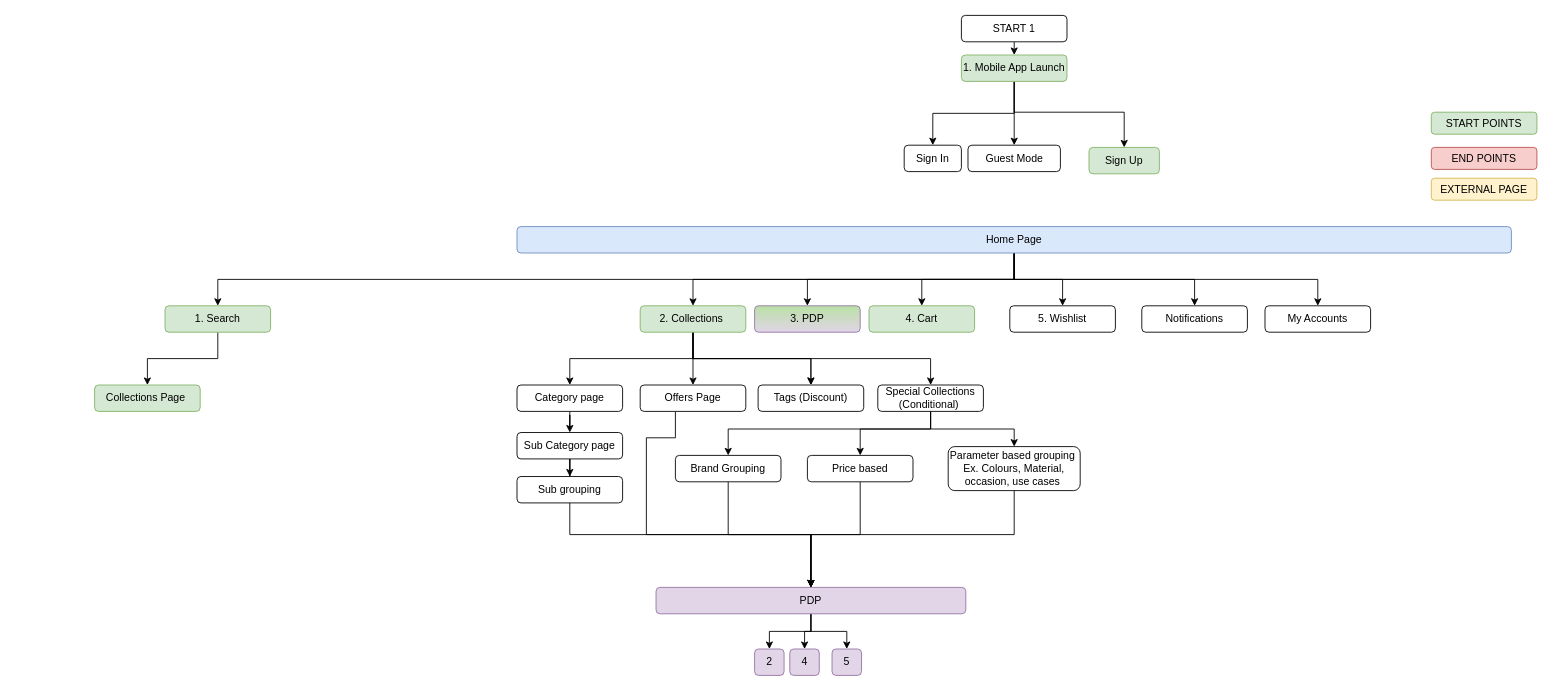
Before: page "Sitemap" (2 of 2) of Annachy Flow.drawio in keerthy911/Process, a draw.io diagram. Source tidied: cells renumbered, new cells numbered last; positions are measured from the earlier drawing's top-left corner, leaving out a move shared by most shapes. Both pictures are drawn from the tidied source at 88%, with x=0, y=0 at pixel (94, 15).
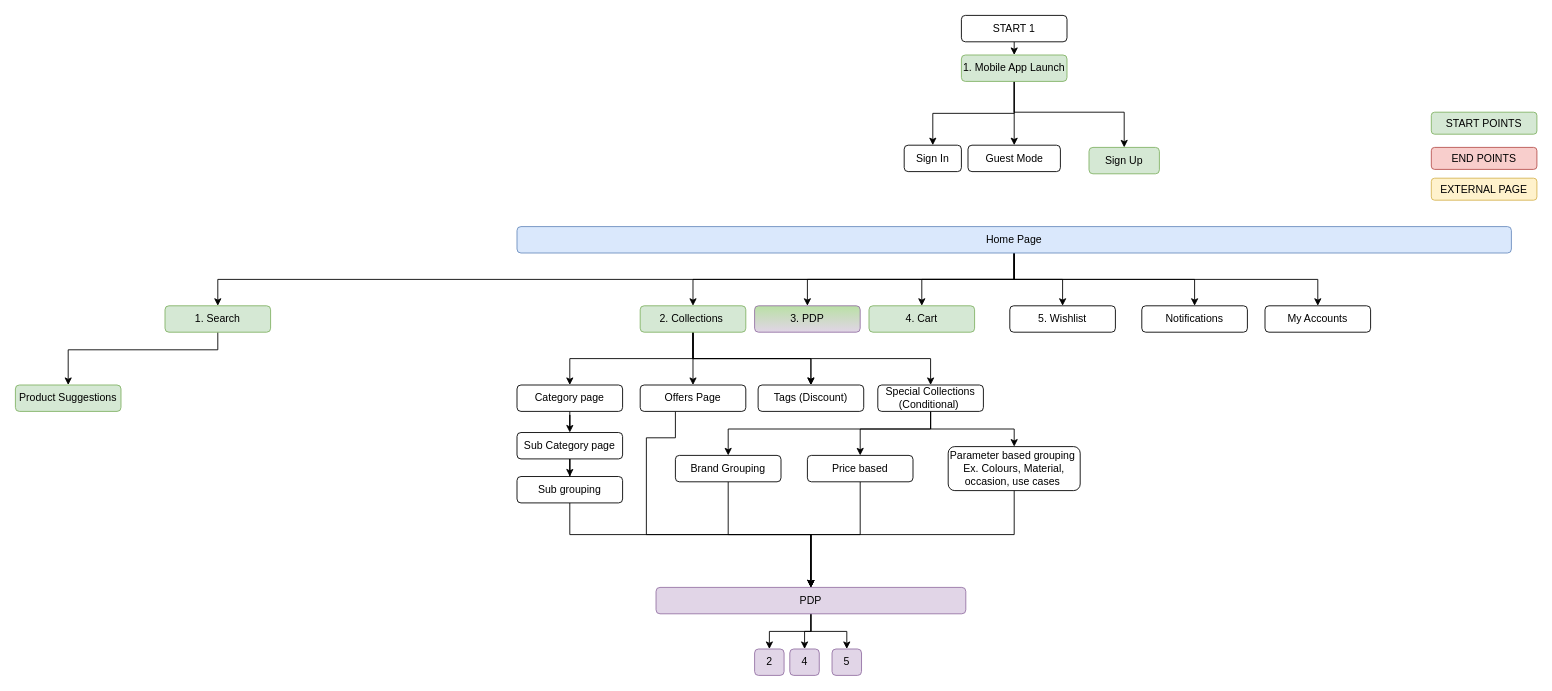
After the change.

Unchanged cells that the change refers to:
```xml
<mxCell id="17" value="1. Search" style="rounded=1;whiteSpace=wrap;html=1;fillColor=#d5e8d4;strokeColor=#82b366;" parent="1" vertex="1">
  <mxGeometry x="80" y="330" width="120" height="30" as="geometry" />
</mxCell>
```

The edit, as a diff of the source:
```diff
@@
     <mxCell id="16" style="edgeStyle=orthogonalEdgeStyle;rounded=0;jettySize=auto;html=1;fontFamily=Helvetica;fontSize=12;fontColor=default;" parent="1" edge="1" source="17" target="61">
-      <mxGeometry relative="1" as="geometry" />
+      <mxGeometry relative="1" as="geometry">
+        <Array as="points">
+          <mxPoint x="140" y="380" />
+          <mxPoint x="-30" y="380" />
+        </Array>
+      </mxGeometry>
     </mxCell>
@@
-    <mxCell id="61" value="Collections Page&amp;nbsp;" style="rounded=1;whiteSpace=wrap;html=1;fillColor=#d5e8d4;strokeColor=#82b366;" parent="1" vertex="1">
-      <mxGeometry y="420" width="120" height="30" as="geometry" />
+    <mxCell id="61" value="Product Suggestions" style="rounded=1;whiteSpace=wrap;html=1;fillColor=#d5e8d4;strokeColor=#82b366;" parent="1" vertex="1">
+      <mxGeometry x="-90" y="420" width="120" height="30" as="geometry" />
     </mxCell>
```
